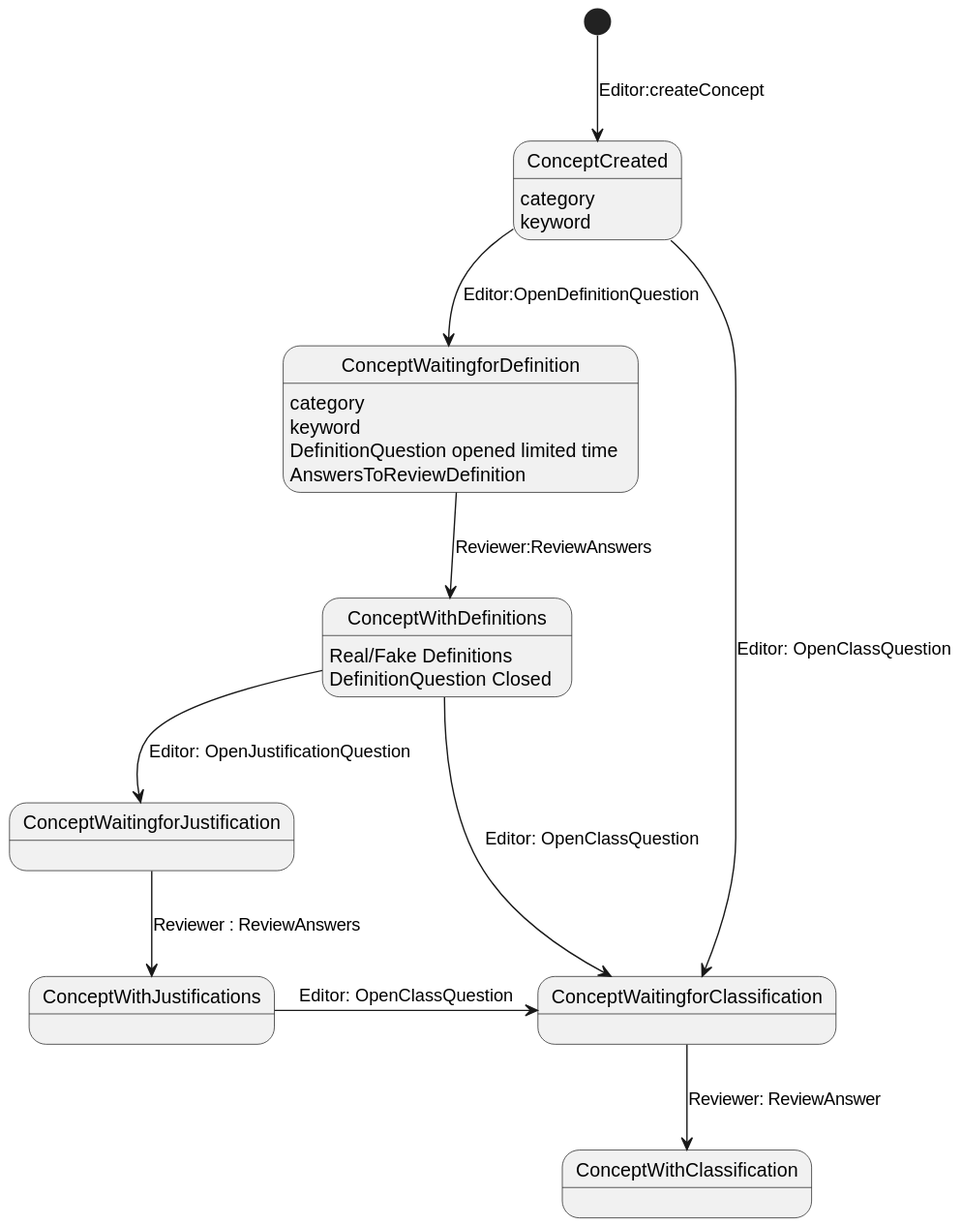
Before: out/doc/conceptStates/ConceptStates.svg, a diagram exported from PlantUML (Joselon/ProyectoOpoTest).
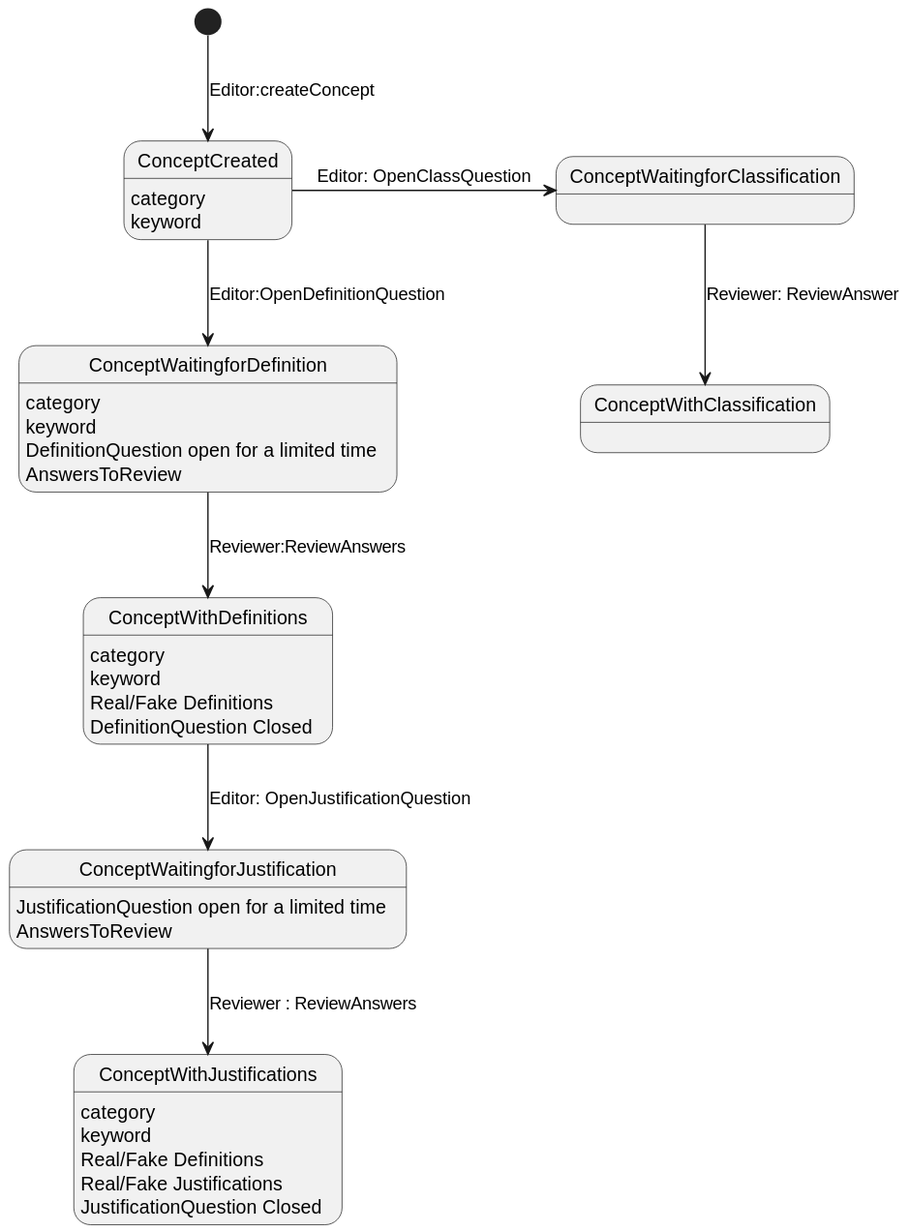
Above is the later version.

What changed in the source:
```diff
@@ -11,11 +11,21 @@
 ConceptCreated: keyword
 ConceptWaitingforDefinition:category
 ConceptWaitingforDefinition:keyword
-ConceptWaitingforDefinition: DefinitionQuestion opened limited time
-ConceptWaitingforDefinition: AnswersToReviewDefinition
-
+ConceptWaitingforDefinition: DefinitionQuestion open for a limited time
+ConceptWaitingforDefinition: AnswersToReview
+ConceptWithDefinitions: category
+ConceptWithDefinitions: keyword
 ConceptWithDefinitions: Real/Fake Definitions
 ConceptWithDefinitions: DefinitionQuestion Closed
+ConceptWaitingforJustification:  JustificationQuestion open for a limited time
+ConceptWaitingforJustification: AnswersToReview
+
+ConceptWithJustifications: category
+ConceptWithJustifications: keyword
+ConceptWithJustifications: Real/Fake Definitions
+ConceptWithJustifications: Real/Fake Justifications
+ConceptWithJustifications: JustificationQuestion Closed
+
 
 [*] --> ConceptCreated : Editor:createConcept
 ConceptCreated --> ConceptWaitingforDefinition : Editor:OpenDefinitionQuestion
@@ -24,6 +34,4 @@
 ConceptWaitingforJustification -->ConceptWithJustifications : Reviewer : ReviewAnswers
 ConceptCreated -> ConceptWaitingforClassification : Editor: OpenClassQuestion
 ConceptWaitingforClassification --> ConceptWithClassification : Reviewer: ReviewAnswer
-ConceptWithDefinitions -> ConceptWaitingforClassification : Editor: OpenClassQuestion
-ConceptWithJustifications -> ConceptWaitingforClassification : Editor: OpenClassQuestion
 @enduml
```
